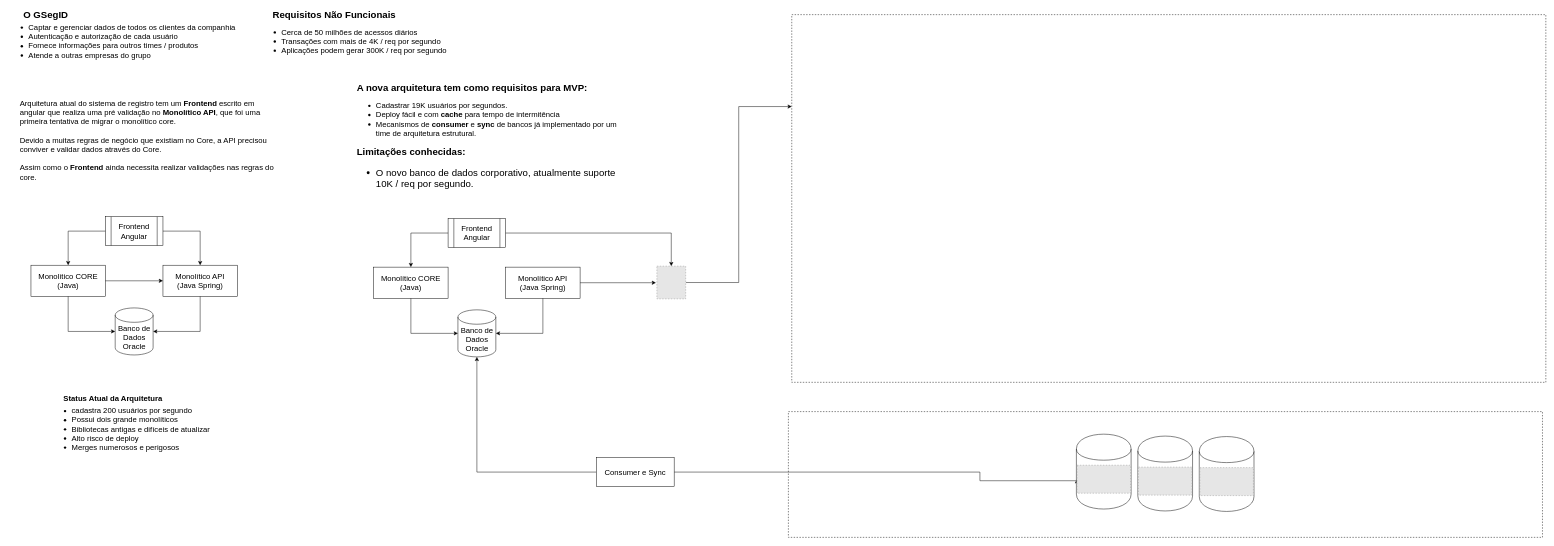
Earlier version of the draw.io diagram whiteboard.drawio (fapereira1/diagrams-design). Source tidied: cells renumbered, new cells numbered last; positions are measured from the earlier drawing's top-left corner, leaving out a move shared by most shapes. Both pictures are drawn from the tidied source at 48%, with x=0, y=0 at pixel (8, 9). Pictures stored in the file or linked from it are replaced by grey dashed boxes.
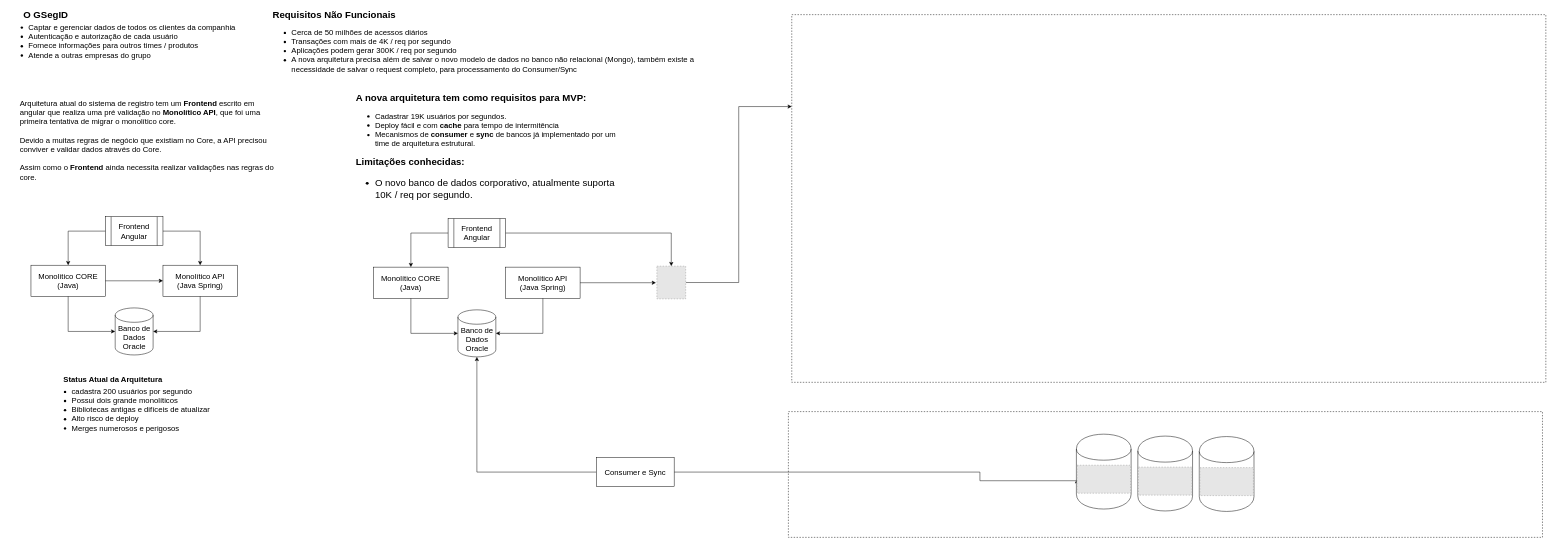
The same page after the edit.

Diff of the diagram source:
```diff
@@
-    <mxCell id="6" value="&lt;ul&gt;&lt;li&gt;Cerca de 50 milhões de acessos diários&lt;/li&gt;&lt;li&gt;Transações com mais de 4K / req por segundo&lt;/li&gt;&lt;li&gt;Aplicações podem gerar 300K / req por segundo&lt;/li&gt;&lt;/ul&gt;" style="text;html=1;strokeColor=none;fillColor=none;align=left;verticalAlign=middle;whiteSpace=wrap;rounded=0;fontSize=16;" parent="1" vertex="1">
-      <mxGeometry x="527" y="35" width="392" height="62" as="geometry" />
+    <mxCell id="6" value="&lt;ul&gt;&lt;li&gt;Cerca de 50 milhões de acessos diários&lt;/li&gt;&lt;li&gt;Transações com mais de 4K / req por segundo&lt;/li&gt;&lt;li&gt;Aplicações podem gerar 300K / req por segundo&lt;/li&gt;&lt;li&gt;A nova arquitetura precisa além de salvar o novo modelo de dados no banco não relacional (Mongo), também existe a necessidade de salvar o request completo, para processamento do Consumer/Sync&lt;/li&gt;&lt;/ul&gt;" style="text;html=1;strokeColor=none;fillColor=none;align=left;verticalAlign=middle;whiteSpace=wrap;rounded=0;fontSize=16;" parent="1" vertex="1">
+      <mxGeometry x="548" y="39" width="910" height="94" as="geometry" />
     </mxCell>
@@
     <mxCell id="8" value="&lt;b style=&quot;font-size: 16px&quot;&gt;Status Atual da Arquitetura&lt;/b&gt;" style="text;html=1;strokeColor=none;fillColor=none;align=center;verticalAlign=middle;whiteSpace=wrap;rounded=0;fontSize=16;" parent="1" vertex="1">
-      <mxGeometry x="108.5" y="801" width="218" height="20" as="geometry" />
+      <mxGeometry x="108.5" y="761" width="218" height="20" as="geometry" />
     </mxCell>
     <mxCell id="9" value="&lt;ul&gt;&lt;li&gt;cadastra 200 usuários por segundo&lt;/li&gt;&lt;li&gt;Possui dois grande monolíticos&lt;/li&gt;&lt;li&gt;Bibliotecas antigas e difíceis de atualizar&lt;/li&gt;&lt;li&gt;Alto risco de deploy&lt;/li&gt;&lt;li&gt;Merges numerosos e perigosos&lt;/li&gt;&lt;/ul&gt;" style="text;html=1;strokeColor=none;fillColor=none;align=left;verticalAlign=middle;whiteSpace=wrap;rounded=0;fontSize=16;" parent="1" vertex="1">
-      <mxGeometry x="89.5" y="821" width="345" height="106" as="geometry" />
+      <mxGeometry x="89.5" y="781" width="345" height="106" as="geometry" />
     </mxCell>
@@
-    <mxCell id="28" value="&lt;b style=&quot;font-size: 20px&quot;&gt;A nova arquitetura tem como requisitos para MVP:&lt;/b&gt;&lt;br&gt;&lt;ul&gt;&lt;li&gt;Cadastrar 19K usuários por segundos.&lt;/li&gt;&lt;li&gt;Deploy fácil e com &lt;b&gt;cache &lt;/b&gt;para tempo de intermitência&lt;/li&gt;&lt;li&gt;Mecanismos de &lt;b&gt;consumer &lt;/b&gt;e &lt;b&gt;sync &lt;/b&gt;de bancos já implementado por um time de arquitetura estrutural.&amp;nbsp;&lt;/li&gt;&lt;/ul&gt;&lt;div style=&quot;font-size: 20px&quot;&gt;&lt;b&gt;&lt;font style=&quot;font-size: 20px&quot;&gt;Limitações conhecidas:&lt;/font&gt;&lt;/b&gt;&lt;/div&gt;&lt;div style=&quot;font-size: 20px&quot;&gt;&lt;ul&gt;&lt;li&gt;O novo banco de dados corporativo, atualmente suporte 10K / req por segundo.&lt;/li&gt;&lt;/ul&gt;&lt;/div&gt;" style="text;html=1;strokeColor=none;fillColor=none;align=left;verticalAlign=middle;whiteSpace=wrap;rounded=0;fontSize=16;" parent="1" vertex="1">
-      <mxGeometry x="724" y="144" width="548" height="258" as="geometry" />
+    <mxCell id="28" value="&lt;b style=&quot;font-size: 20px&quot;&gt;A nova arquitetura tem como requisitos para MVP:&lt;/b&gt;&lt;br&gt;&lt;ul&gt;&lt;li&gt;Cadastrar 19K usuários por segundos.&lt;/li&gt;&lt;li&gt;Deploy fácil e com &lt;b&gt;cache &lt;/b&gt;para tempo de intermitência&lt;/li&gt;&lt;li&gt;Mecanismos de &lt;b&gt;consumer &lt;/b&gt;e &lt;b&gt;sync &lt;/b&gt;de bancos já implementado por um time de arquitetura estrutural.&amp;nbsp;&lt;/li&gt;&lt;/ul&gt;&lt;div style=&quot;font-size: 20px&quot;&gt;&lt;b&gt;&lt;font style=&quot;font-size: 20px&quot;&gt;Limitações conhecidas:&lt;/font&gt;&lt;/b&gt;&lt;/div&gt;&lt;div style=&quot;font-size: 20px&quot;&gt;&lt;ul&gt;&lt;li&gt;O novo banco de dados corporativo, atualmente suporta 10K / req por segundo.&lt;/li&gt;&lt;/ul&gt;&lt;/div&gt;" style="text;html=1;strokeColor=none;fillColor=none;align=left;verticalAlign=middle;whiteSpace=wrap;rounded=0;fontSize=16;" parent="1" vertex="1">
+      <mxGeometry x="722" y="166" width="548" height="258" as="geometry" />
     </mxCell>
```
